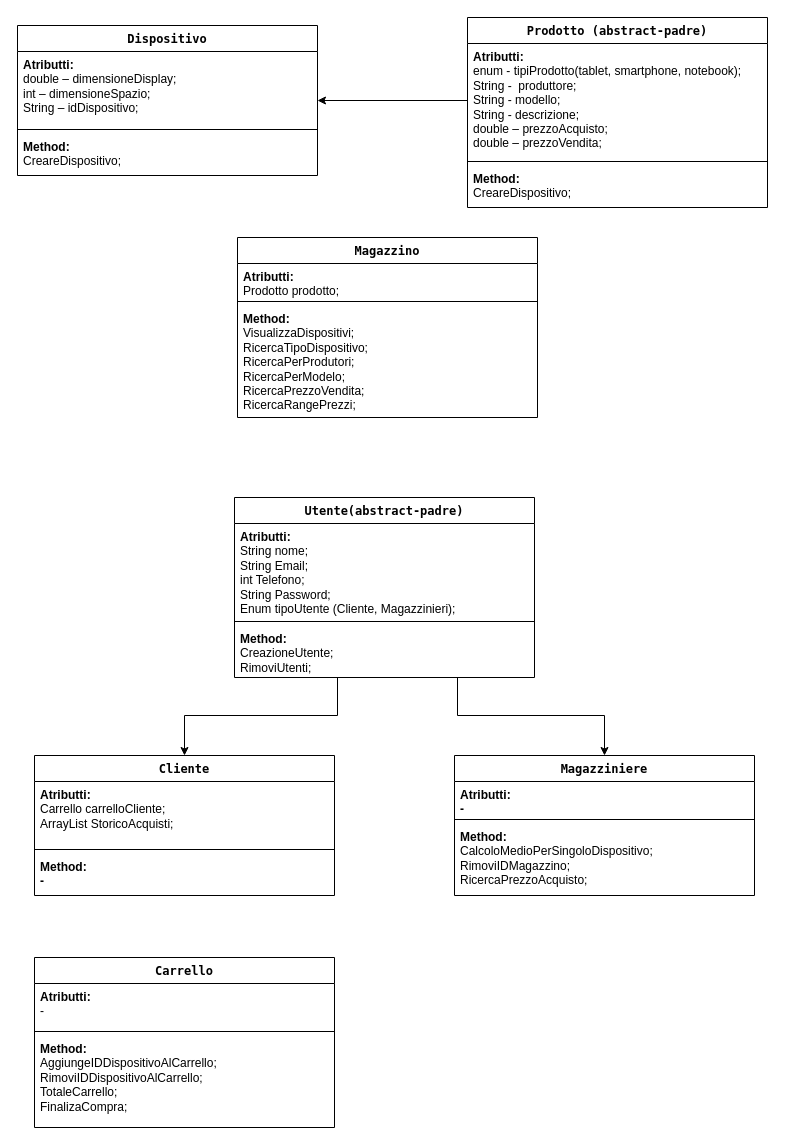
Above: Diagramma senza titolo.drawio in dudinhab/progetto2-team3Develhope (draw.io), before the change. Source tidied: cells renumbered, new cells numbered last; positions are measured from the earlier drawing's top-left corner, leaving out a move shared by most shapes. Both pictures are drawn from the tidied source at 100%, with x=0, y=0 at pixel (17, 17).
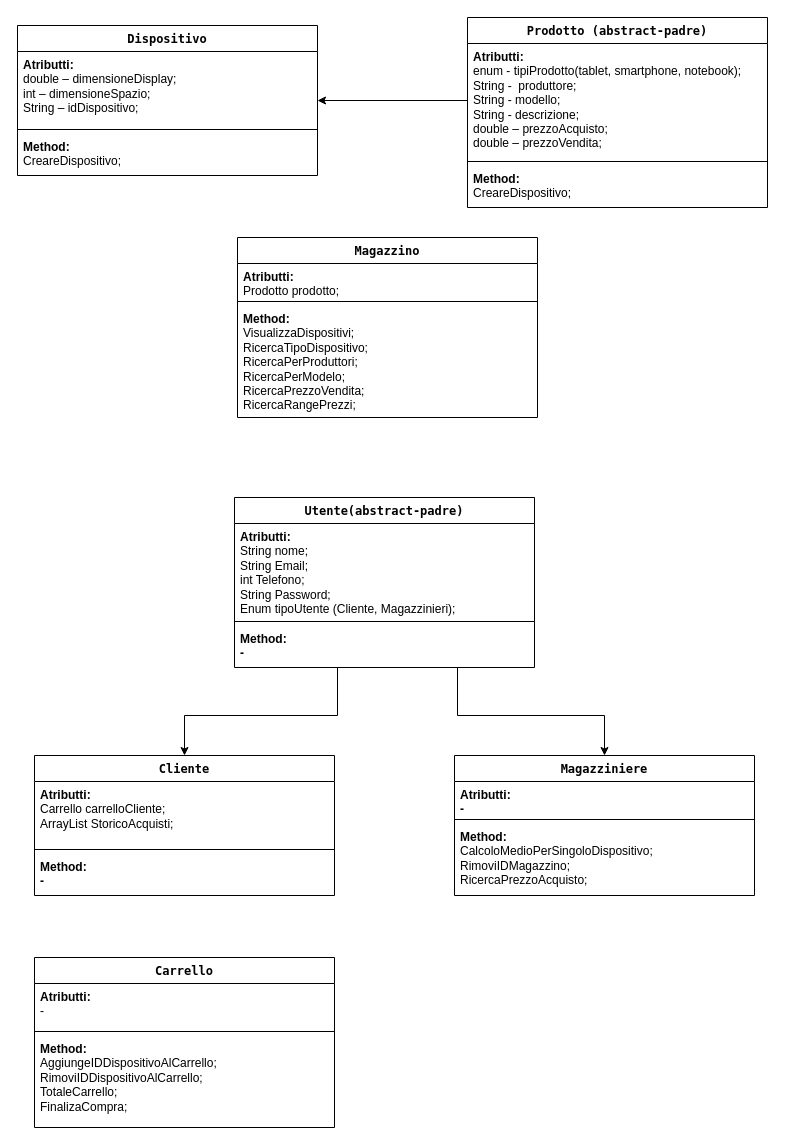
Above is the later version.

The change refers to these unchanged cells:
```xml
<mxCell id="2" value="&lt;font face=&quot;Lucida Console&quot;&gt;Magazzino&lt;/font&gt;" style="swimlane;fontStyle=1;align=center;verticalAlign=top;horizontal=1;startSize=26;whiteSpace=wrap;html=1;" parent="1" vertex="1">
  <mxGeometry x="220" y="220" width="300" height="180" as="geometry" />
</mxCell>
```

Diff of the diagram source:
```diff
@@
-    <mxCell id="5" value="&lt;b&gt;Method:&amp;nbsp;&lt;/b&gt;&lt;div&gt;VisualizzaDispositivi;&amp;nbsp;&lt;br&gt;RicercaTipoDispositivo;&amp;nbsp;&lt;br&gt;RicercaPerProdutori;&amp;nbsp;&lt;br&gt;RicercaPerModelo;&amp;nbsp;&lt;br&gt;RicercaPrezzoVendita;&lt;br&gt;RicercaRangePrezzi;&amp;nbsp;&lt;br&gt;&lt;/div&gt;" style="text;strokeColor=none;fillColor=none;align=left;verticalAlign=top;spacingLeft=4;spacingRight=4;overflow=hidden;whiteSpace=wrap;html=1;" parent="2" vertex="1">
+    <mxCell id="5" value="&lt;b&gt;Method:&amp;nbsp;&lt;/b&gt;&lt;div&gt;VisualizzaDispositivi;&amp;nbsp;&lt;br&gt;RicercaTipoDispositivo;&amp;nbsp;&lt;br&gt;RicercaPerProduttori;&amp;nbsp;&lt;br&gt;RicercaPerModelo;&amp;nbsp;&lt;br&gt;RicercaPrezzoVendita;&lt;br&gt;RicercaRangePrezzi;&amp;nbsp;&lt;br&gt;&lt;/div&gt;" style="text;strokeColor=none;fillColor=none;align=left;verticalAlign=top;spacingLeft=4;spacingRight=4;overflow=hidden;whiteSpace=wrap;html=1;" parent="2" vertex="1">
       <mxGeometry y="68" width="300" height="112" as="geometry" />
     </mxCell>
@@
     <mxCell id="16" value="&lt;font face=&quot;Lucida Console&quot;&gt;Utente(abstract-padre)&lt;/font&gt;" style="swimlane;fontStyle=1;align=center;verticalAlign=top;horizontal=1;startSize=26;whiteSpace=wrap;html=1;" parent="1" vertex="1">
-      <mxGeometry x="217" y="480" width="300" height="180" as="geometry" />
+      <mxGeometry x="217" y="480" width="300" height="170" as="geometry" />
     </mxCell>
@@
-    <mxCell id="19" value="&lt;b&gt;Method:&amp;nbsp;&lt;/b&gt;&lt;div&gt;&lt;div&gt;&lt;span style=&quot;background-color: initial;&quot;&gt;CreazioneUtente;&amp;nbsp;&lt;/span&gt;&lt;br&gt;&lt;/div&gt;&lt;div&gt;&lt;span style=&quot;background-color: initial;&quot;&gt;RimoviUtenti;&amp;nbsp;&lt;/span&gt;&lt;br&gt;&lt;/div&gt;&lt;/div&gt;" style="text;strokeColor=none;fillColor=none;align=left;verticalAlign=top;spacingLeft=4;spacingRight=4;overflow=hidden;whiteSpace=wrap;html=1;" parent="16" vertex="1">
-      <mxGeometry y="128" width="300" height="52" as="geometry" />
+    <mxCell id="19" value="&lt;b&gt;Method:&amp;nbsp;&lt;/b&gt;&lt;div&gt;&lt;b&gt;-&lt;/b&gt;&lt;/div&gt;" style="text;strokeColor=none;fillColor=none;align=left;verticalAlign=top;spacingLeft=4;spacingRight=4;overflow=hidden;whiteSpace=wrap;html=1;" parent="16" vertex="1">
+      <mxGeometry y="128" width="300" height="42" as="geometry" />
     </mxCell>
```
